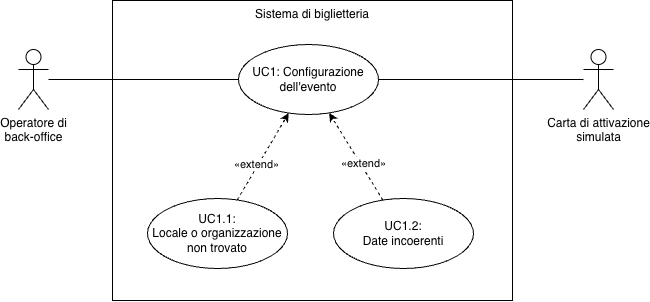
Leddosja/thesis-EdisHodja keeps this draw.io diagram as img/diagrams/uc-1.png. Above is the earlier version. Source tidied: cells renumbered, new cells last; positions are measured from the earlier drawing's top-left corner, leaving out a move shared by most shapes.
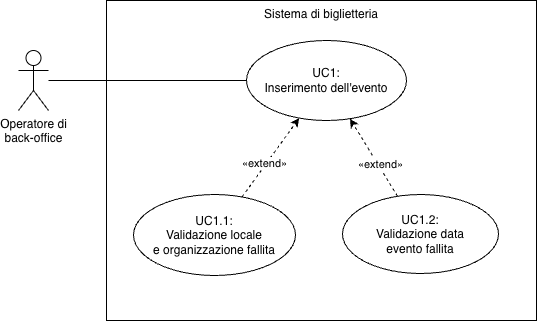
Later version of the same file.

What changed in the source:
```diff
@@ -3,16 +3,16 @@
     <mxCell id="0" />
     <mxCell id="1" parent="0" />
     <mxCell id="2" value="Sistema di biglietteria" style="rounded=0;whiteSpace=wrap;html=1;fillColor=default;verticalAlign=top;" parent="1" vertex="1">
-      <mxGeometry x="94" width="400" height="300" as="geometry" />
+      <mxGeometry x="88" width="430" height="320" as="geometry" />
     </mxCell>
-    <mxCell id="3" value="UC1: Configurazione dell'evento" style="ellipse;whiteSpace=wrap;html=1;rounded=0;strokeColor=default;align=center;verticalAlign=middle;fontFamily=Helvetica;fontSize=12;fontColor=default;fillColor=default;" parent="1" vertex="1">
-      <mxGeometry x="220" y="44" width="140" height="70" as="geometry" />
+    <mxCell id="3" value="UC1:&lt;br&gt;Inserimento dell'evento" style="ellipse;whiteSpace=wrap;html=1;rounded=0;strokeColor=default;align=center;verticalAlign=middle;fontFamily=Helvetica;fontSize=12;fontColor=default;fillColor=default;" parent="1" vertex="1">
+      <mxGeometry x="228" y="40" width="160" height="80" as="geometry" />
     </mxCell>
     <mxCell id="4" style="edgeStyle=none;html=1;entryX=0;entryY=0.5;entryDx=0;entryDy=0;endArrow=none;endFill=0;" parent="1" edge="1" source="5" target="3">
       <mxGeometry relative="1" as="geometry" />
     </mxCell>
     <mxCell id="5" value="Operatore di&lt;br&gt;back-office" style="shape=umlActor;verticalLabelPosition=bottom;verticalAlign=top;html=1;rounded=0;strokeColor=default;align=center;fontFamily=Helvetica;fontSize=12;fontColor=default;fillColor=default;" parent="1" vertex="1">
-      <mxGeometry y="49" width="30" height="60" as="geometry" />
+      <mxGeometry y="50" width="30" height="60" as="geometry" />
     </mxCell>
     <mxCell id="6" style="edgeStyle=none;html=1;dashed=1;" parent="1" edge="1" source="8" target="3">
       <mxGeometry relative="1" as="geometry" />
@@ -20,8 +20,8 @@
     <mxCell id="7" value="«extend»" style="edgeLabel;html=1;align=center;verticalAlign=middle;" parent="6" vertex="1">
       <mxGeometry x="-0.18" y="2" relative="1" as="geometry" />
     </mxCell>
-    <mxCell id="8" value="UC1.1:&lt;br&gt;Locale o organizzazione&lt;br&gt;non trovato" style="ellipse;whiteSpace=wrap;html=1;rounded=0;strokeColor=default;align=center;verticalAlign=middle;fontFamily=Helvetica;fontSize=12;fontColor=default;fillColor=default;" parent="1" vertex="1">
-      <mxGeometry x="129" y="198" width="140" height="70" as="geometry" />
+    <mxCell id="8" value="UC1.1:&lt;br&gt;Validazione locale&lt;br&gt;e organizzazione fallita" style="ellipse;whiteSpace=wrap;html=1;rounded=0;strokeColor=default;align=center;verticalAlign=middle;fontFamily=Helvetica;fontSize=12;fontColor=default;fillColor=default;" parent="1" vertex="1">
+      <mxGeometry x="115" y="194" width="162" height="81" as="geometry" />
     </mxCell>
     <mxCell id="9" style="edgeStyle=none;html=1;dashed=1;" parent="1" edge="1" source="11" target="3">
       <mxGeometry relative="1" as="geometry" />
@@ -29,14 +29,8 @@
     <mxCell id="10" value="&lt;span style=&quot;color: rgb(0, 0, 0);&quot;&gt;«extend»&lt;/span&gt;" style="edgeLabel;html=1;align=center;verticalAlign=middle;" parent="9" vertex="1">
       <mxGeometry x="-0.18" y="-2" relative="1" as="geometry" />
     </mxCell>
-    <mxCell id="11" value="UC1.2:&lt;div&gt;Date incoerenti&lt;/div&gt;" style="ellipse;whiteSpace=wrap;html=1;rounded=0;strokeColor=default;align=center;verticalAlign=middle;fontFamily=Helvetica;fontSize=12;fontColor=default;fillColor=default;" parent="1" vertex="1">
-      <mxGeometry x="315" y="198" width="140" height="70" as="geometry" />
+    <mxCell id="11" value="UC1.2:&lt;br&gt;Validazione data&lt;br&gt;evento fallita" style="ellipse;whiteSpace=wrap;html=1;rounded=0;strokeColor=default;align=center;verticalAlign=middle;fontFamily=Helvetica;fontSize=12;fontColor=default;fillColor=default;" parent="1" vertex="1">
+      <mxGeometry x="324" y="194" width="156" height="79" as="geometry" />
     </mxCell>
-    <mxCell id="12" style="edgeStyle=none;html=1;entryX=1;entryY=0.5;entryDx=0;entryDy=0;endArrow=none;endFill=0;" parent="1" edge="1" source="13" target="3">
-      <mxGeometry relative="1" as="geometry" />
-    </mxCell>
-    <mxCell id="13" value="Carta di attivazione&lt;br&gt;simulata" style="shape=umlActor;verticalLabelPosition=bottom;verticalAlign=top;html=1;rounded=0;strokeColor=default;align=center;fontFamily=Helvetica;fontSize=12;fontColor=default;fillColor=default;" parent="1" vertex="1">
-      <mxGeometry x="565" y="49" width="30" height="60" as="geometry" />
-    </mxCell>
   </root>
 </mxGraphModel>
```
